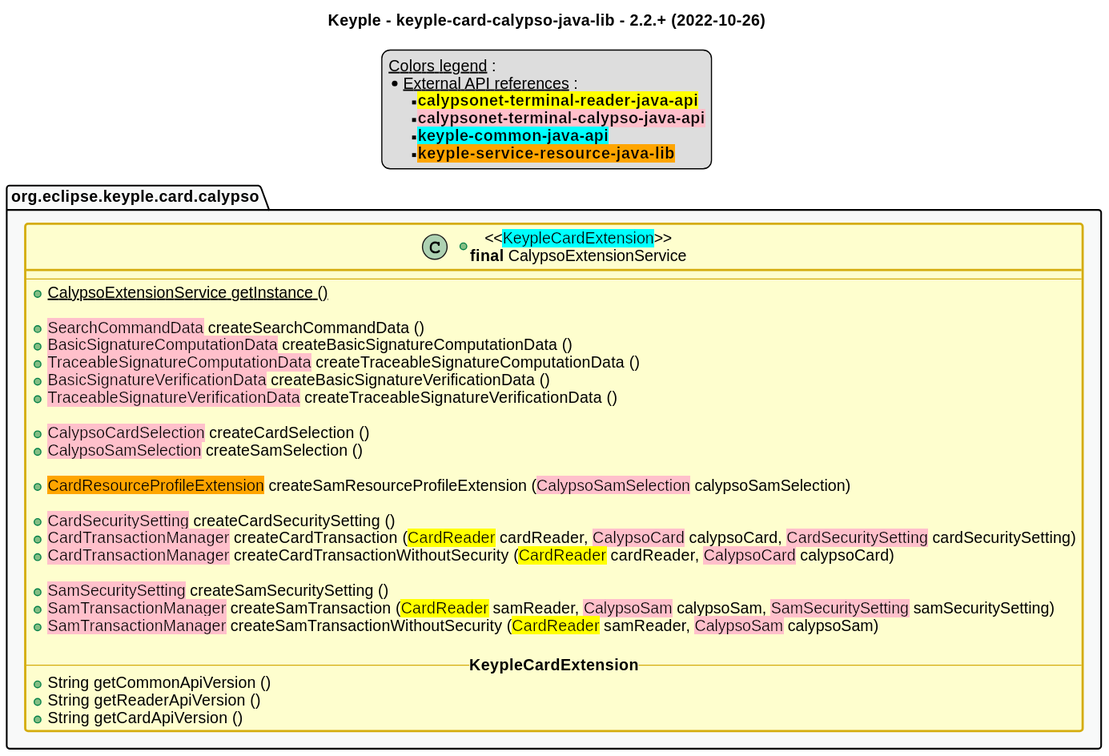
The PlantUML diagram src/main/uml/api_class_diagram.svg in eclipse-keyple/keyple-card-calypso-java-lib, before a commit.
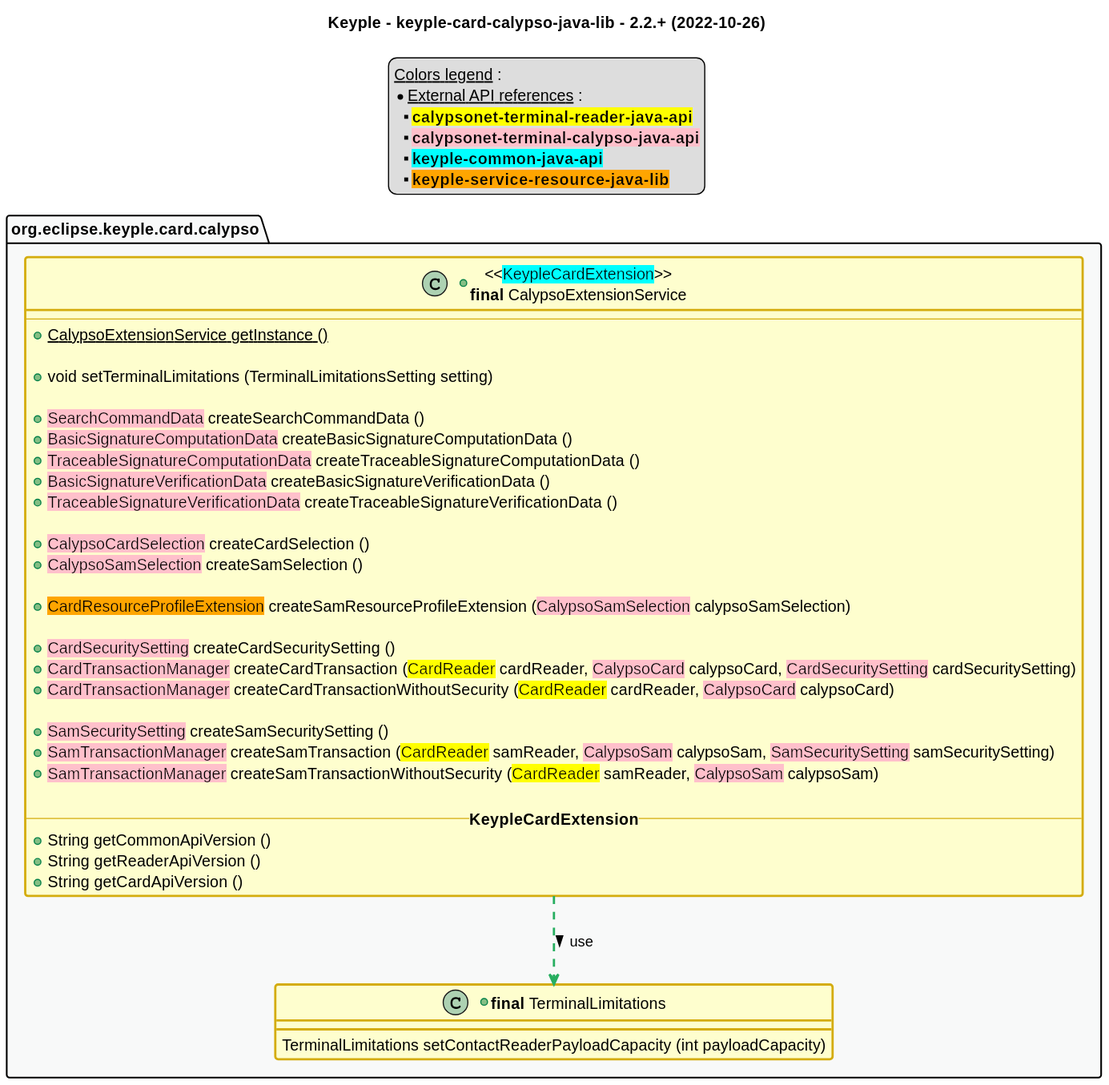
Above is the later version.

Change to the diagram source:
```diff
@@ -54,6 +54,8 @@
         --
         +{static} CalypsoExtensionService getInstance ()
 
+        +void setTerminalLimitations (TerminalLimitationsSetting setting)
+
         +<back:pink>SearchCommandData</back> createSearchCommandData ()
         +<back:pink>BasicSignatureComputationData</back> createBasicSignatureComputationData ()
         +<back:pink>TraceableSignatureComputationData</back> createTraceableSignatureComputationData ()
@@ -79,8 +81,12 @@
         +String getCardApiVersion ()
     }
 
+    +class "**final** TerminalLimitations" as TerminalLimitations {
+        TerminalLimitations setContactReaderPayloadCapacity (int payloadCapacity)
+    }
 }
 
+CalypsoExtensionService ..> TerminalLimitations #C_USE : use >
 
 
 
```
